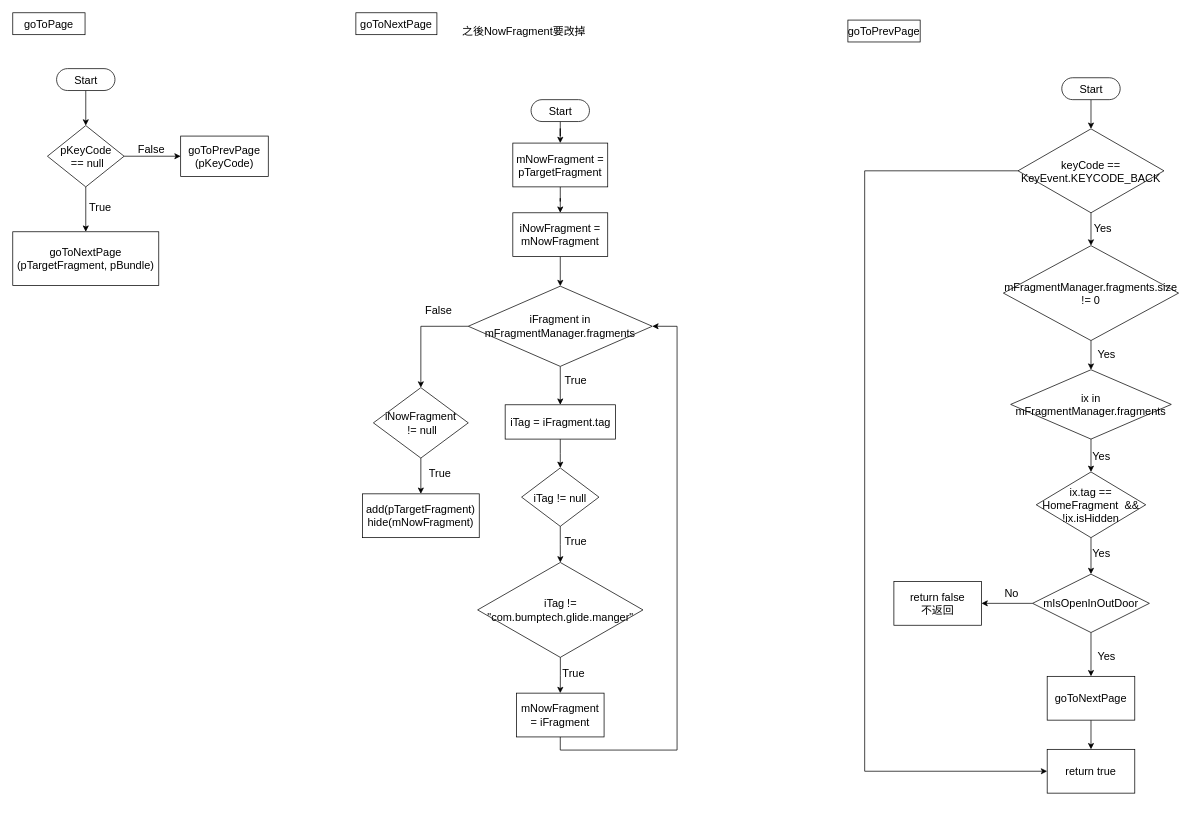
The draw.io diagram page "Application_goToPage" (3 of 9) of 一般流程.drawio in ccckyc/draw, before the edit. Source tidied: cells renumbered, new cells numbered last; positions are measured from the earlier drawing's top-left corner, leaving out a move shared by most shapes. Both pictures are drawn from the tidied source at 73%, with x=0, y=0 at pixel (12, 12).
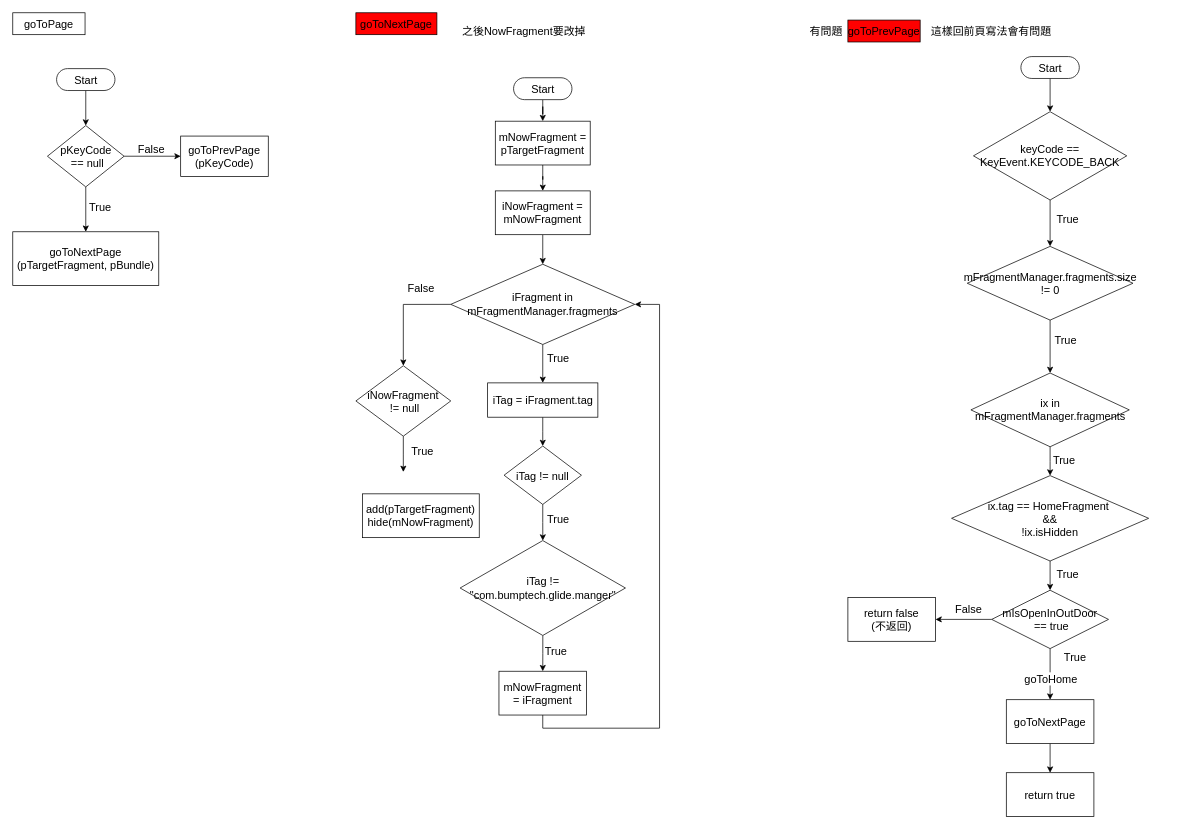
After the change.

Unchanged cells that the change refers to:
```xml
<mxCell id="14" value="add(pTargetFragment)&lt;br style=&quot;font-size: 15px;&quot;&gt;hide(mNowFragment)" style="whiteSpace=wrap;html=1;fontSize=15;dashed=0;fontStyle=0;fontFamily=Helvetica;" parent="1" vertex="1">
  <mxGeometry x="479" y="659" width="160" height="60" as="geometry" />
</mxCell>
<mxCell id="17" style="edgeStyle=orthogonalEdgeStyle;rounded=0;jettySize=auto;html=1;fontSize=15;fontFamily=Helvetica;fontStyle=0;" parent="1" edge="1" source="20" target="23">
  <mxGeometry relative="1" as="geometry" />
</mxCell>
<mxCell id="21" style="edgeStyle=orthogonalEdgeStyle;rounded=0;jettySize=auto;html=1;fontSize=15;fontFamily=Helvetica;fontStyle=0;" parent="1" edge="1" source="23" target="26">
  <mxGeometry relative="1" as="geometry" />
</mxCell>
<mxCell id="24" style="edgeStyle=orthogonalEdgeStyle;rounded=0;jettySize=auto;html=1;fontSize=15;fontFamily=Helvetica;fontStyle=0;" parent="1" edge="1" source="26" target="29">
  <mxGeometry relative="1" as="geometry" />
</mxCell>
<mxCell id="27" style="edgeStyle=orthogonalEdgeStyle;rounded=0;jettySize=auto;html=1;fontSize=15;fontFamily=Helvetica;fontStyle=0;" parent="1" edge="1" source="29" target="34">
  <mxGeometry relative="1" as="geometry" />
</mxCell>
<mxCell id="30" style="edgeStyle=orthogonalEdgeStyle;rounded=0;jettySize=auto;html=1;fontSize=15;fontFamily=Helvetica;fontStyle=0;" parent="1" edge="1" source="34" target="36">
  <mxGeometry relative="1" as="geometry" />
</mxCell>
<mxCell id="32" style="edgeStyle=orthogonalEdgeStyle;rounded=0;jettySize=auto;html=1;fontSize=15;fontFamily=Helvetica;fontStyle=0;" parent="1" edge="1" source="34" target="37">
  <mxGeometry relative="1" as="geometry" />
</mxCell>
```

The edit, as a diff of the source:
```diff
@@
     <mxCell id="3" value="Start" style="html=1;dashed=0;whitespace=wrap;shape=mxgraph.dfd.start;fontStyle=0;fontSize=15;fontFamily=Helvetica;" parent="1" vertex="1">
-      <mxGeometry x="710" y="119" width="80" height="30" as="geometry" />
+      <mxGeometry x="686" y="89" width="80" height="30" as="geometry" />
     </mxCell>
-    <mxCell id="4" value="goToNextPage" style="whiteSpace=wrap;html=1;dashed=0;fontStyle=0;fontSize=15;fontFamily=Helvetica;" parent="1" vertex="1">
+    <mxCell id="4" value="goToNextPage" style="whiteSpace=wrap;html=1;dashed=0;fontStyle=0;fontSize=15;fontFamily=Helvetica;fillColor=#FF0000;" parent="1" vertex="1">
       <mxGeometry x="470" width="111" height="30" as="geometry" />
     </mxCell>
-    <mxCell id="5" value="goToPrevPage" style="whiteSpace=wrap;html=1;dashed=0;fontStyle=0;fontSize=15;fontFamily=Helvetica;" parent="1" vertex="1">
+    <mxCell id="5" value="goToPrevPage" style="whiteSpace=wrap;html=1;dashed=0;fontStyle=0;fontSize=15;fontFamily=Helvetica;fillColor=#FF0000;" parent="1" vertex="1">
       <mxGeometry x="1144" y="10" width="99" height="30" as="geometry" />
     </mxCell>
@@
     <mxCell id="10" value="iFragment in mFragmentManager.fragments" style="rhombus;whiteSpace=wrap;html=1;fontSize=15;dashed=0;fontStyle=0;fontFamily=Helvetica;" parent="1" vertex="1">
-      <mxGeometry x="624" y="374.5" width="252" height="109.9" as="geometry" />
+      <mxGeometry x="600" y="344.5" width="252" height="109.9" as="geometry" />
     </mxCell>
-    <mxCell id="11" style="edgeStyle=orthogonalEdgeStyle;rounded=0;jettySize=auto;html=1;fontSize=15;fontFamily=Helvetica;fontStyle=0;" parent="1" edge="1" source="13" target="14">
-      <mxGeometry relative="1" as="geometry" />
+    <mxCell id="11" style="edgeStyle=orthogonalEdgeStyle;rounded=0;jettySize=auto;html=1;fontSize=15;fontFamily=Helvetica;fontStyle=0;" parent="1" edge="1" source="13">
+      <mxGeometry relative="1" as="geometry">
+        <mxPoint x="535" y="629" as="targetPoint" />
+      </mxGeometry>
     </mxCell>
@@
     <mxCell id="13" value="iNowFragment&lt;br&gt;&amp;nbsp;!= null" style="rhombus;whiteSpace=wrap;html=1;fontSize=15;dashed=0;fontStyle=0;fontFamily=Helvetica;" parent="1" vertex="1">
-      <mxGeometry x="494" y="513.5" width="130" height="96.5" as="geometry" />
+      <mxGeometry x="470" y="483.5" width="130" height="96.5" as="geometry" />
     </mxCell>
@@
     <mxCell id="16" value="Start" style="html=1;dashed=0;whitespace=wrap;shape=mxgraph.dfd.start;fontStyle=0;fontSize=15;fontFamily=Helvetica;" parent="1" vertex="1">
-      <mxGeometry x="1437" y="89" width="80" height="30" as="geometry" />
+      <mxGeometry x="1381" y="60" width="80" height="30" as="geometry" />
     </mxCell>
@@
-    <mxCell id="18" value="Yes" style="edgeLabel;html=1;align=center;verticalAlign=middle;fontSize=15;fontFamily=Helvetica;fontStyle=0;" parent="17" vertex="1">
+    <mxCell id="18" value="True" style="edgeLabel;html=1;align=center;verticalAlign=middle;fontSize=15;fontFamily=Helvetica;fontStyle=0;" parent="17" vertex="1">
       <mxGeometry x="-0.34" relative="1" as="geometry">
-        <mxPoint x="15" y="5" as="offset" />
+        <mxPoint x="23" y="5" as="offset" />
       </mxGeometry>
     </mxCell>
-    <mxCell id="19" style="edgeStyle=orthogonalEdgeStyle;rounded=0;jettySize=auto;html=1;exitX=0;exitY=0.5;exitDx=0;exitDy=0;entryX=0;entryY=0.5;entryDx=0;entryDy=0;fontSize=15;fontFamily=Helvetica;fontStyle=0;" parent="1" edge="1" source="20" target="38">
-      <mxGeometry relative="1" as="geometry">
-        <Array as="points">
-          <mxPoint x="1167" y="217" />
-          <mxPoint x="1167" y="1039" />
-        </Array>
-      </mxGeometry>
-    </mxCell>
     <mxCell id="20" value="keyCode == KeyEvent.KEYCODE_BACK" style="rhombus;whiteSpace=wrap;html=1;fontSize=15;dashed=0;fontStyle=0;fontFamily=Helvetica;" parent="1" vertex="1">
-      <mxGeometry x="1377" y="159" width="200" height="115" as="geometry" />
+      <mxGeometry x="1316" y="135.5" width="210" height="121" as="geometry" />
     </mxCell>
@@
-    <mxCell id="22" value="Yes" style="edgeLabel;html=1;align=center;verticalAlign=middle;fontSize=15;fontFamily=Helvetica;fontStyle=0;" parent="21" vertex="1">
+    <mxCell id="22" value="True" style="edgeLabel;html=1;align=center;verticalAlign=middle;fontSize=15;fontFamily=Helvetica;fontStyle=0;" parent="21" vertex="1">
       <mxGeometry x="-0.46" y="1" relative="1" as="geometry">
         <mxPoint x="19" y="6" as="offset" />
       </mxGeometry>
     </mxCell>
-    <mxCell id="23" value="mFragmentManager.fragments.size != 0" style="rhombus;whiteSpace=wrap;html=1;fontSize=15;dashed=0;fontStyle=0;fontFamily=Helvetica;" parent="1" vertex="1">
-      <mxGeometry x="1357" y="319" width="240" height="130" as="geometry" />
+    <mxCell id="23" value="mFragmentManager.fragments.size &lt;br&gt;!= 0" style="rhombus;whiteSpace=wrap;html=1;fontSize=15;dashed=0;fontStyle=0;fontFamily=Helvetica;verticalAlign=middle;" parent="1" vertex="1">
+      <mxGeometry x="1307.5" y="320" width="227" height="101" as="geometry" />
     </mxCell>
@@
-    <mxCell id="25" value="Yes" style="edgeLabel;html=1;align=center;verticalAlign=middle;fontSize=15;fontFamily=Helvetica;fontStyle=0;" parent="24" vertex="1">
+    <mxCell id="25" value="True" style="edgeLabel;html=1;align=center;verticalAlign=middle;fontSize=15;fontFamily=Helvetica;fontStyle=0;" parent="24" vertex="1">
       <mxGeometry x="-0.03" y="3" relative="1" as="geometry">
-        <mxPoint x="10" as="offset" />
+        <mxPoint x="21" y="-3" as="offset" />
       </mxGeometry>
     </mxCell>
     <mxCell id="26" value="ix in mFragmentManager.fragments" style="rhombus;whiteSpace=wrap;html=1;fontSize=15;dashed=0;fontStyle=0;fontFamily=Helvetica;" parent="1" vertex="1">
-      <mxGeometry x="1367" y="489" width="220" height="95" as="geometry" />
+      <mxGeometry x="1312.5" y="493.5" width="217" height="101" as="geometry" />
     </mxCell>
@@
-    <mxCell id="28" value="Yes" style="edgeLabel;html=1;align=center;verticalAlign=middle;fontSize=15;fontFamily=Helvetica;fontStyle=0;" parent="27" vertex="1">
+    <mxCell id="28" value="True" style="edgeLabel;html=1;align=center;verticalAlign=middle;fontSize=15;fontFamily=Helvetica;fontStyle=0;" parent="27" vertex="1">
       <mxGeometry x="-0.37" y="-1" relative="1" as="geometry">
-        <mxPoint x="14" y="4" as="offset" />
+        <mxPoint x="24" y="4" as="offset" />
       </mxGeometry>
     </mxCell>
-    <mxCell id="29" value="ix.tag == HomeFragment &amp;nbsp;&amp;amp;&amp;amp; !ix.isHidden" style="rhombus;whiteSpace=wrap;html=1;fontSize=15;dashed=0;fontStyle=0;fontFamily=Helvetica;" parent="1" vertex="1">
-      <mxGeometry x="1402" y="629" width="150" height="90" as="geometry" />
+    <mxCell id="29" value="ix.tag == HomeFragment&amp;nbsp;&lt;br&gt;&amp;amp;&amp;amp; &lt;br&gt;!ix.isHidden" style="rhombus;whiteSpace=wrap;html=1;fontSize=15;dashed=0;fontStyle=0;fontFamily=Helvetica;" parent="1" vertex="1">
+      <mxGeometry x="1286" y="634" width="270" height="117" as="geometry" />
     </mxCell>
@@
-    <mxCell id="31" value="Yes" style="edgeLabel;html=1;align=center;verticalAlign=middle;fontSize=15;fontFamily=Helvetica;fontStyle=0;" parent="30" vertex="1">
+    <mxCell id="31" value="True" style="edgeLabel;html=1;align=center;verticalAlign=middle;fontSize=15;fontFamily=Helvetica;fontStyle=0;" parent="30" vertex="1">
       <mxGeometry x="-0.44" y="1" relative="1" as="geometry">
-        <mxPoint x="19" y="14" as="offset" />
+        <mxPoint x="32" y="-10" as="offset" />
       </mxGeometry>
     </mxCell>
+    <mxCell id="64" value="goToHome" style="edgeLabel;html=1;align=center;verticalAlign=middle;fontSize=15;fontFamily=Helvetica;fontColor=#000000;" parent="30" vertex="1">
+      <mxGeometry x="-0.3" relative="1" as="geometry">
+        <mxPoint y="15" as="offset" />
+      </mxGeometry>
+    </mxCell>
@@
-    <mxCell id="33" value="No" style="edgeLabel;html=1;align=center;verticalAlign=middle;fontSize=15;fontFamily=Helvetica;fontStyle=0;" parent="32" vertex="1">
+    <mxCell id="33" value="False" style="edgeLabel;html=1;align=center;verticalAlign=middle;fontSize=15;fontFamily=Helvetica;fontStyle=0;" parent="32" vertex="1">
       <mxGeometry x="-0.15" y="-4" relative="1" as="geometry">
         <mxPoint y="-11" as="offset" />
       </mxGeometry>
     </mxCell>
-    <mxCell id="34" value="mIsOpenInOutDoor" style="rhombus;whiteSpace=wrap;html=1;fontSize=15;dashed=0;fontStyle=0;fontFamily=Helvetica;" parent="1" vertex="1">
-      <mxGeometry x="1397" y="769" width="160" height="80" as="geometry" />
+    <mxCell id="34" value="mIsOpenInOutDoor&lt;br&gt;&amp;nbsp;== true" style="rhombus;whiteSpace=wrap;html=1;fontSize=15;dashed=0;fontStyle=0;fontFamily=Helvetica;" parent="1" vertex="1">
+      <mxGeometry x="1341" y="791" width="160" height="80" as="geometry" />
     </mxCell>
@@
     <mxCell id="36" value="goToNextPage" style="whiteSpace=wrap;html=1;fontSize=15;dashed=0;fontStyle=0;fontFamily=Helvetica;" parent="1" vertex="1">
-      <mxGeometry x="1417" y="909" width="120" height="60" as="geometry" />
+      <mxGeometry x="1361" y="941" width="120" height="60" as="geometry" />
     </mxCell>
-    <mxCell id="37" value="return false&lt;br style=&quot;font-size: 15px;&quot;&gt;不返回" style="whiteSpace=wrap;html=1;fontSize=15;dashed=0;fontStyle=0;fontFamily=Helvetica;" parent="1" vertex="1">
-      <mxGeometry x="1207" y="779" width="120" height="60" as="geometry" />
+    <mxCell id="37" value="return false&lt;br style=&quot;font-size: 15px&quot;&gt;(不返回)" style="whiteSpace=wrap;html=1;fontSize=15;dashed=0;fontStyle=0;fontFamily=Helvetica;" parent="1" vertex="1">
+      <mxGeometry x="1144" y="801" width="120" height="60" as="geometry" />
     </mxCell>
     <mxCell id="38" value="return true" style="whiteSpace=wrap;html=1;fontSize=15;dashed=0;fontStyle=0;fontFamily=Helvetica;" parent="1" vertex="1">
-      <mxGeometry x="1417" y="1009" width="120" height="60" as="geometry" />
+      <mxGeometry x="1361" y="1041" width="120" height="60" as="geometry" />
     </mxCell>
@@
     <mxCell id="51" value="&lt;span style=&quot;font-size: 15px&quot;&gt;iNowFragment =&lt;br&gt;&amp;nbsp;&lt;/span&gt;mNowFragment&amp;nbsp;" style="whiteSpace=wrap;html=1;fontSize=15;dashed=0;fontStyle=0;fontFamily=Helvetica;" parent="1" vertex="1">
-      <mxGeometry x="685" y="274" width="130" height="60" as="geometry" />
+      <mxGeometry x="661" y="244" width="130" height="60" as="geometry" />
     </mxCell>
     <mxCell id="52" value="iTag != null" style="rhombus;whiteSpace=wrap;html=1;fontSize=15;dashed=0;fontStyle=0;fontFamily=Helvetica;" parent="1" vertex="1">
-      <mxGeometry x="697" y="623.5" width="106" height="80" as="geometry" />
+      <mxGeometry x="673" y="593.5" width="106" height="80" as="geometry" />
     </mxCell>
@@
     <mxCell id="57" value="iTag != &lt;br&gt;&quot;com.bumptech.glide.manger&quot;" style="rhombus;whiteSpace=wrap;html=1;fontSize=15;dashed=0;fontStyle=0;fontFamily=Helvetica;" parent="1" vertex="1">
-      <mxGeometry x="636.8" y="753" width="226.5" height="130" as="geometry" />
+      <mxGeometry x="612.8" y="723" width="226.5" height="130" as="geometry" />
     </mxCell>
     <mxCell id="58" style="edgeStyle=orthogonalEdgeStyle;rounded=0;jettySize=auto;html=1;labelBackgroundColor=#FFFFFF;labelBorderColor=none;fontFamily=Helvetica;fontSize=15;fontColor=#000000;strokeColor=#000000;strokeWidth=1;entryX=1;entryY=0.5;entryDx=0;entryDy=0;" parent="1" edge="1" source="59" target="10">
       <mxGeometry relative="1" as="geometry">
         <Array as="points">
-          <mxPoint x="750" y="1010" />
-          <mxPoint x="910" y="1010" />
-          <mxPoint x="910" y="429" />
+          <mxPoint x="726" y="980" />
+          <mxPoint x="886" y="980" />
+          <mxPoint x="886" y="399" />
         </Array>
       </mxGeometry>
     </mxCell>
     <mxCell id="59" value="&lt;span style=&quot;font-size: 15px;&quot;&gt;mNowFragment = iFragment&lt;/span&gt;" style="whiteSpace=wrap;html=1;fontSize=15;dashed=0;fontStyle=0;fontFamily=Helvetica;" parent="1" vertex="1">
-      <mxGeometry x="690" y="932" width="120" height="60" as="geometry" />
+      <mxGeometry x="666" y="902" width="120" height="60" as="geometry" />
     </mxCell>
@@
     <mxCell id="61" value="mNowFragment = pTargetFragment" style="whiteSpace=wrap;html=1;fontSize=15;dashed=0;fontStyle=0;fontFamily=Helvetica;" parent="1" vertex="1">
-      <mxGeometry x="685" y="178.5" width="130" height="60" as="geometry" />
+      <mxGeometry x="661" y="148.5" width="130" height="60" as="geometry" />
     </mxCell>
@@
     <mxCell id="63" value="iTag = iFragment.tag" style="whiteSpace=wrap;html=1;fontSize=15;dashed=0;fontStyle=0;" parent="1" vertex="1">
-      <mxGeometry x="674.5" y="537" width="151" height="47" as="geometry" />
+      <mxGeometry x="650.5" y="507" width="151" height="47" as="geometry" />
     </mxCell>
+    <mxCell id="65" value="這樣回前頁寫法會有問題" style="text;html=1;align=center;verticalAlign=middle;strokeColor=none;fillColor=none;fontSize=15;fontFamily=Helvetica;fontColor=#000000;" parent="1" vertex="1">
+      <mxGeometry x="1250" y="15" width="180" height="20" as="geometry" />
+    </mxCell>
+    <mxCell id="66" value="有問題" style="text;html=1;align=center;verticalAlign=middle;strokeColor=none;fillColor=none;fontSize=15;fontFamily=Helvetica;fontColor=#000000;" parent="1" vertex="1">
+      <mxGeometry x="1084" y="15" width="60" height="20" as="geometry" />
+    </mxCell>
```
